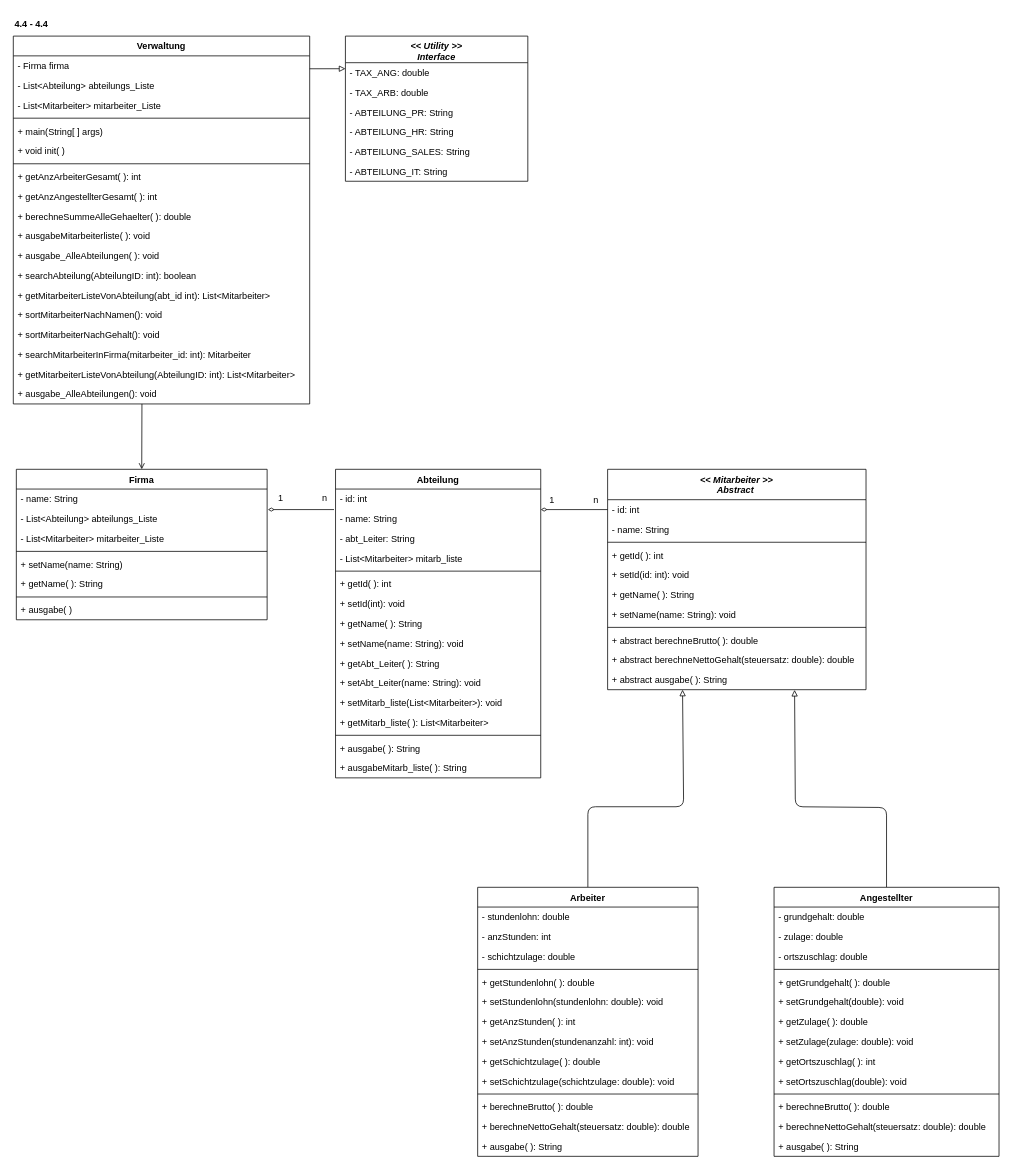
mbalabanov/ClassDiagramFirmaV4_1 keeps this draw.io diagram as FirmaV4_3-4_4_ClassDiagram.drawio. Above is the earlier version. Source tidied: cells renumbered, new cells numbered last; positions are measured from the earlier drawing's top-left corner, leaving out a move shared by most shapes. Both pictures are drawn from the tidied source at 76%, with x=0, y=0 at pixel (13, 13).
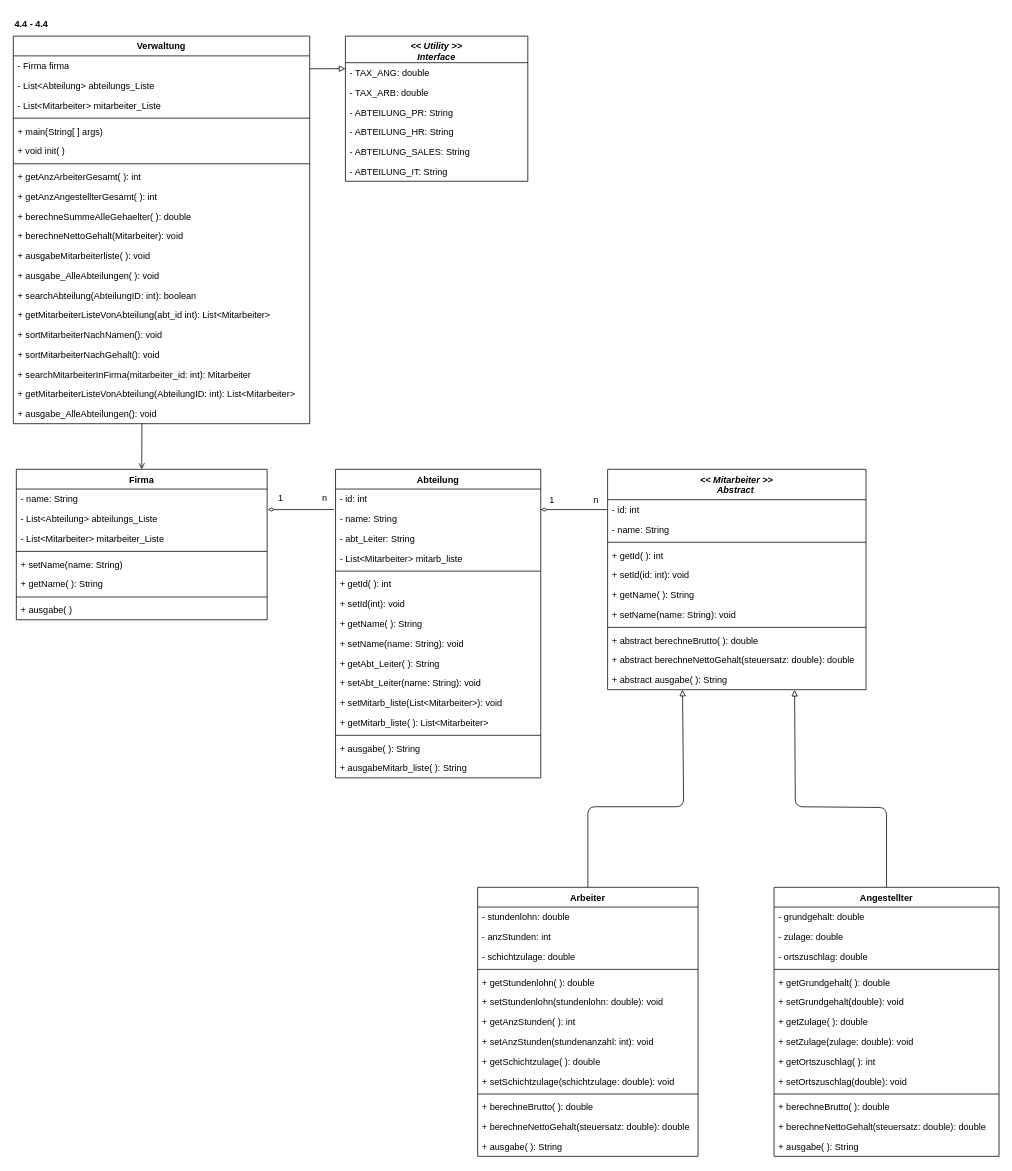
Above is the later version.

Commit message (it also covers changes not shown here):
Updates Class Diagrams

Diff of the diagram source:
```diff
@@
     <mxCell id="47" value="Verwaltung" style="swimlane;fontStyle=1;align=center;verticalAlign=top;horizontal=1;startSize=26;" parent="1" vertex="1">
-      <mxGeometry y="30" width="390" height="484" as="geometry" />
+      <mxGeometry y="30" width="390" height="510" as="geometry" />
     </mxCell>
@@
+    <mxCell id="108" value="+ berechneNettoGehalt(Mitarbeiter): void" style="text;strokeColor=none;fillColor=none;align=left;verticalAlign=top;spacingLeft=4;spacingRight=4;overflow=hidden;" parent="47" vertex="1">
+      <mxGeometry y="250" width="390" height="26" as="geometry" />
+    </mxCell>
     <mxCell id="58" value="+ ausgabeMitarbeiterliste( ): void" style="text;strokeColor=none;fillColor=none;align=left;verticalAlign=top;spacingLeft=4;spacingRight=4;overflow=hidden;" parent="47" vertex="1">
-      <mxGeometry y="250" width="390" height="26" as="geometry" />
+      <mxGeometry y="276" width="390" height="26" as="geometry" />
     </mxCell>
     <mxCell id="59" value="+ ausgabe_AlleAbteilungen( ): void" style="text;strokeColor=none;fillColor=none;align=left;verticalAlign=top;spacingLeft=4;spacingRight=4;overflow=hidden;" parent="47" vertex="1">
-      <mxGeometry y="276" width="390" height="26" as="geometry" />
+      <mxGeometry y="302" width="390" height="26" as="geometry" />
     </mxCell>
     <mxCell id="60" value="+ searchAbteilung(AbteilungID: int): boolean" style="text;strokeColor=none;fillColor=none;align=left;verticalAlign=top;spacingLeft=4;spacingRight=4;overflow=hidden;" parent="47" vertex="1">
-      <mxGeometry y="302" width="390" height="26" as="geometry" />
+      <mxGeometry y="328" width="390" height="26" as="geometry" />
     </mxCell>
     <mxCell id="61" value="+ getMitarbeiterListeVonAbteilung(abt_id int): List&lt;Mitarbeiter&gt;" style="text;strokeColor=none;fillColor=none;align=left;verticalAlign=top;spacingLeft=4;spacingRight=4;overflow=hidden;" parent="47" vertex="1">
-      <mxGeometry y="328" width="390" height="26" as="geometry" />
+      <mxGeometry y="354" width="390" height="26" as="geometry" />
     </mxCell>
     <mxCell id="62" value="+ sortMitarbeiterNachNamen(): void" style="text;strokeColor=none;fillColor=none;align=left;verticalAlign=top;spacingLeft=4;spacingRight=4;overflow=hidden;" parent="47" vertex="1">
-      <mxGeometry y="354" width="390" height="26" as="geometry" />
+      <mxGeometry y="380" width="390" height="26" as="geometry" />
     </mxCell>
     <mxCell id="63" value="+ sortMitarbeiterNachGehalt(): void" style="text;strokeColor=none;fillColor=none;align=left;verticalAlign=top;spacingLeft=4;spacingRight=4;overflow=hidden;" parent="47" vertex="1">
-      <mxGeometry y="380" width="390" height="26" as="geometry" />
+      <mxGeometry y="406" width="390" height="26" as="geometry" />
     </mxCell>
     <mxCell id="64" value="+ searchMitarbeiterInFirma(mitarbeiter_id: int): Mitarbeiter" style="text;strokeColor=none;fillColor=none;align=left;verticalAlign=top;spacingLeft=4;spacingRight=4;overflow=hidden;" parent="47" vertex="1">
-      <mxGeometry y="406" width="390" height="26" as="geometry" />
+      <mxGeometry y="432" width="390" height="26" as="geometry" />
     </mxCell>
     <mxCell id="65" value="+ getMitarbeiterListeVonAbteilung(AbteilungID: int): List&lt;Mitarbeiter&gt;" style="text;strokeColor=none;fillColor=none;align=left;verticalAlign=top;spacingLeft=4;spacingRight=4;overflow=hidden;" parent="47" vertex="1">
-      <mxGeometry y="432" width="390" height="26" as="geometry" />
+      <mxGeometry y="458" width="390" height="26" as="geometry" />
     </mxCell>
     <mxCell id="66" value="+ ausgabe_AlleAbteilungen(): void" style="text;strokeColor=none;fillColor=none;align=left;verticalAlign=top;spacingLeft=4;spacingRight=4;overflow=hidden;points=[[0,0.5],[1,0.5]];portConstraint=eastwest;" parent="47" vertex="1">
-      <mxGeometry y="458" width="390" height="26" as="geometry" />
+      <mxGeometry y="484" width="390" height="26" as="geometry" />
     </mxCell>
```
